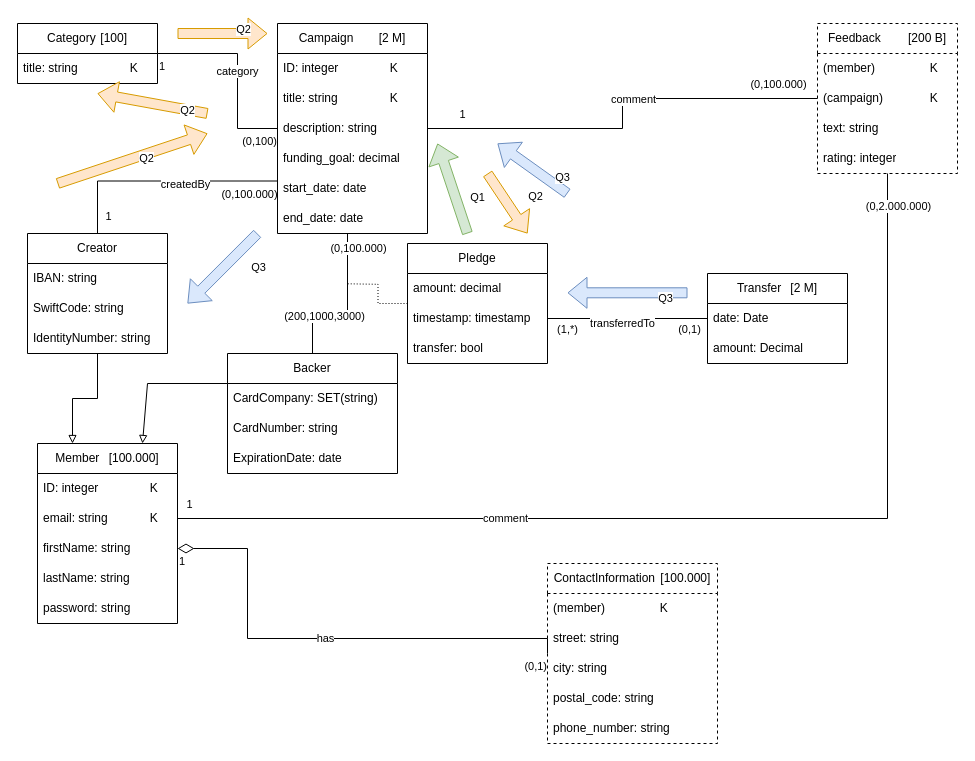
Earlier version of the draw.io diagram assignment-1/uml_modified.drawio (echo85/new-generation-data-models-dbmss-course). Source tidied: cells renumbered, new cells numbered last; positions are measured from the earlier drawing's top-left corner, leaving out a move shared by most shapes. Both pictures are drawn from the tidied source at 100%, with x=0, y=0 at pixel (17, 23).
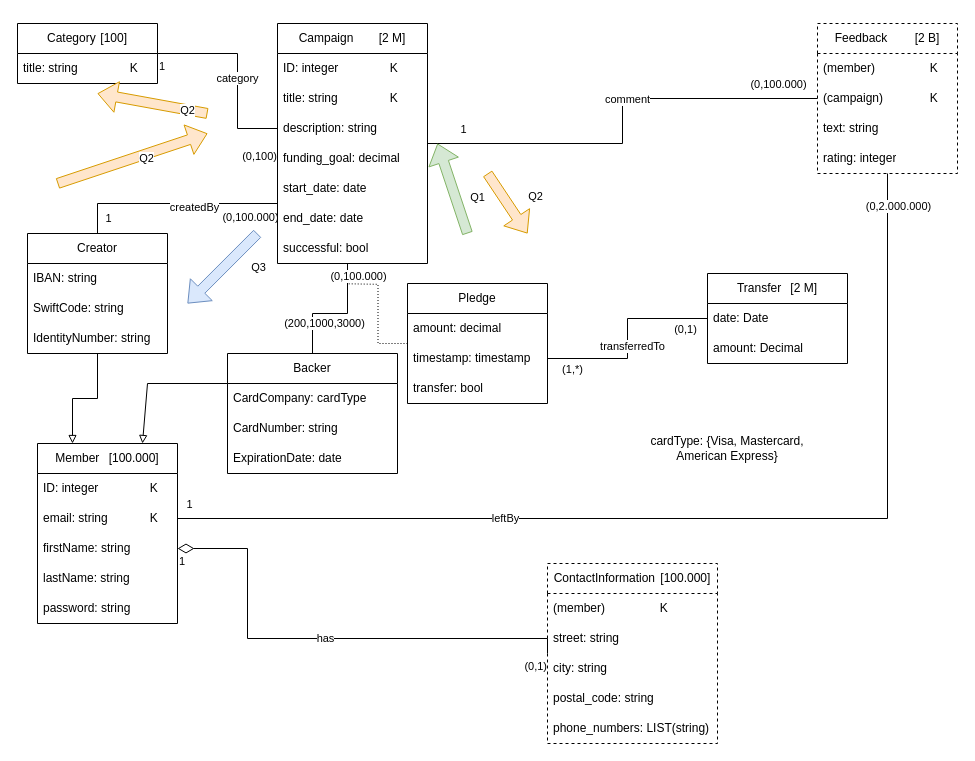
The same diagram, later.

Unchanged cells that the change refers to:
```xml
<mxCell id="2" value="ContactInformation&lt;span style=&quot;white-space: pre;&quot;&gt;&#9;&lt;/span&gt;[100.000]" style="swimlane;fontStyle=0;horizontal=1;startSize=30;whiteSpace=wrap;html=1;dashed=1;" parent="1" vertex="1">
  <mxGeometry x="530" y="540" width="170" height="180" as="geometry" />
</mxCell>
<mxCell id="41" style="edgeStyle=orthogonalEdgeStyle;rounded=0;jettySize=auto;html=1;exitX=0.5;exitY=1;exitDx=0;exitDy=0;endArrow=none;endFill=0;" parent="1" edge="1" source="45" target="13">
  <mxGeometry relative="1" as="geometry" />
</mxCell>
<mxCell id="55" value="Backer" style="swimlane;fontStyle=0;horizontal=1;startSize=30;whiteSpace=wrap;html=1;" parent="1" vertex="1">
  <mxGeometry x="210" y="330" width="170" height="120" as="geometry" />
</mxCell>
```

The edit, as a diff of the source:
```diff
@@
-    <mxCell id="7" value="phone_number: string" style="text;strokeColor=none;fillColor=none;align=left;verticalAlign=middle;spacingLeft=4;spacingRight=4;overflow=hidden;whiteSpace=wrap;html=1;" parent="2" vertex="1">
+    <mxCell id="7" value="phone_numbers: LIST(string)" style="text;strokeColor=none;fillColor=none;align=left;verticalAlign=middle;spacingLeft=4;spacingRight=4;overflow=hidden;whiteSpace=wrap;html=1;" parent="2" vertex="1">
       <mxGeometry y="150" width="170" height="30" as="geometry" />
     </mxCell>
@@
     <mxCell id="25" value="Campaign&lt;span style=&quot;white-space: pre;&quot;&gt;&#9;&lt;/span&gt;[2 M]" style="swimlane;fontStyle=0;horizontal=1;startSize=30;whiteSpace=wrap;html=1;" parent="1" vertex="1">
-      <mxGeometry x="260" width="150" height="210" as="geometry" />
+      <mxGeometry x="260" width="150" height="240" as="geometry" />
     </mxCell>
@@
+    <mxCell id="87" value="successful: bool" style="text;strokeColor=none;fillColor=none;align=left;verticalAlign=middle;spacingLeft=4;spacingRight=4;overflow=hidden;whiteSpace=wrap;html=1;" parent="25" vertex="1">
+      <mxGeometry y="210" width="150" height="30" as="geometry" />
+    </mxCell>
@@
-    <mxCell id="42" value="comment" style="edgeLabel;html=1;align=center;verticalAlign=middle;" parent="41" vertex="1">
+    <mxCell id="42" value="leftBy" style="edgeLabel;html=1;align=center;verticalAlign=middle;" parent="41" vertex="1">
       <mxGeometry x="0.38" y="-1" relative="1" as="geometry" />
     </mxCell>
@@
-    <mxCell id="45" value="Feedback&lt;span style=&quot;white-space: pre;&quot;&gt;&#9;&lt;/span&gt;[200 B]" style="swimlane;fontStyle=0;horizontal=1;startSize=30;whiteSpace=wrap;html=1;dashed=1;" parent="1" vertex="1">
+    <mxCell id="45" value="Feedback&lt;span style=&quot;white-space: pre;&quot;&gt;&#9;&lt;/span&gt;[2 B]" style="swimlane;fontStyle=0;horizontal=1;startSize=30;whiteSpace=wrap;html=1;dashed=1;" parent="1" vertex="1">
       <mxGeometry x="800" width="140" height="150" as="geometry" />
     </mxCell>
@@
     <mxCell id="51" value="Pledge" style="swimlane;fontStyle=0;horizontal=1;startSize=30;whiteSpace=wrap;html=1;" parent="1" vertex="1">
-      <mxGeometry x="390" y="220" width="140" height="120" as="geometry" />
+      <mxGeometry x="390" y="260" width="140" height="120" as="geometry" />
     </mxCell>
@@
-    <mxCell id="56" value="CardCompany: SET(string)" style="text;strokeColor=none;fillColor=none;align=left;verticalAlign=middle;spacingLeft=4;spacingRight=4;overflow=hidden;whiteSpace=wrap;html=1;" parent="55" vertex="1">
+    <mxCell id="56" value="CardCompany: cardType" style="text;strokeColor=none;fillColor=none;align=left;verticalAlign=middle;spacingLeft=4;spacingRight=4;overflow=hidden;whiteSpace=wrap;html=1;" parent="55" vertex="1">
       <mxGeometry y="30" width="170" height="30" as="geometry" />
     </mxCell>
@@
-    <mxCell id="75" style="shape=flexArrow;endArrow=classic;html=1;rounded=0;fillColor=#ffe6cc;strokeColor=#d79b00;shadow=0;" parent="1" edge="1">
-      <mxGeometry relative="1" as="geometry">
-        <mxPoint x="160" y="10" as="sourcePoint" />
-        <mxPoint x="250" y="10" as="targetPoint" />
-      </mxGeometry>
-    </mxCell>
-    <mxCell id="76" value="Q2" style="edgeLabel;html=1;align=center;verticalAlign=middle;" parent="75" vertex="1">
-      <mxGeometry x="-0.16" y="5" relative="1" as="geometry">
-        <mxPoint x="27" as="offset" />
-      </mxGeometry>
-    </mxCell>
@@
-    <mxCell id="81" style="shape=flexArrow;endArrow=classic;html=1;rounded=0;fillColor=#dae8fc;strokeColor=#6c8ebf;shadow=0;" parent="1" edge="1">
-      <mxGeometry relative="1" as="geometry">
-        <mxPoint x="670" y="269.3" as="sourcePoint" />
-        <mxPoint x="550" y="269.3" as="targetPoint" />
-      </mxGeometry>
-    </mxCell>
-    <mxCell id="82" value="Q3" style="edgeLabel;html=1;align=center;verticalAlign=middle;" parent="81" vertex="1">
-      <mxGeometry x="-0.16" y="5" relative="1" as="geometry">
-        <mxPoint x="27" as="offset" />
-      </mxGeometry>
-    </mxCell>
-    <mxCell id="83" style="shape=flexArrow;endArrow=classic;html=1;rounded=0;fillColor=#dae8fc;strokeColor=#6c8ebf;shadow=0;" parent="1" edge="1">
-      <mxGeometry relative="1" as="geometry">
-        <mxPoint x="550" y="170" as="sourcePoint" />
-        <mxPoint x="480" y="120" as="targetPoint" />
-      </mxGeometry>
-    </mxCell>
-    <mxCell id="84" value="Q3" style="edgeLabel;html=1;align=center;verticalAlign=middle;" parent="83" vertex="1">
-      <mxGeometry x="-0.16" y="5" relative="1" as="geometry">
-        <mxPoint x="27" as="offset" />
-      </mxGeometry>
-    </mxCell>
@@
+    <mxCell id="88" value="cardType: {Visa, Mastercard, American Express}" style="text;html=1;whiteSpace=wrap;strokeColor=none;fillColor=none;align=center;verticalAlign=middle;rounded=0;" parent="1" vertex="1">
+      <mxGeometry x="610" y="410" width="200" height="30" as="geometry" />
+    </mxCell>
```
